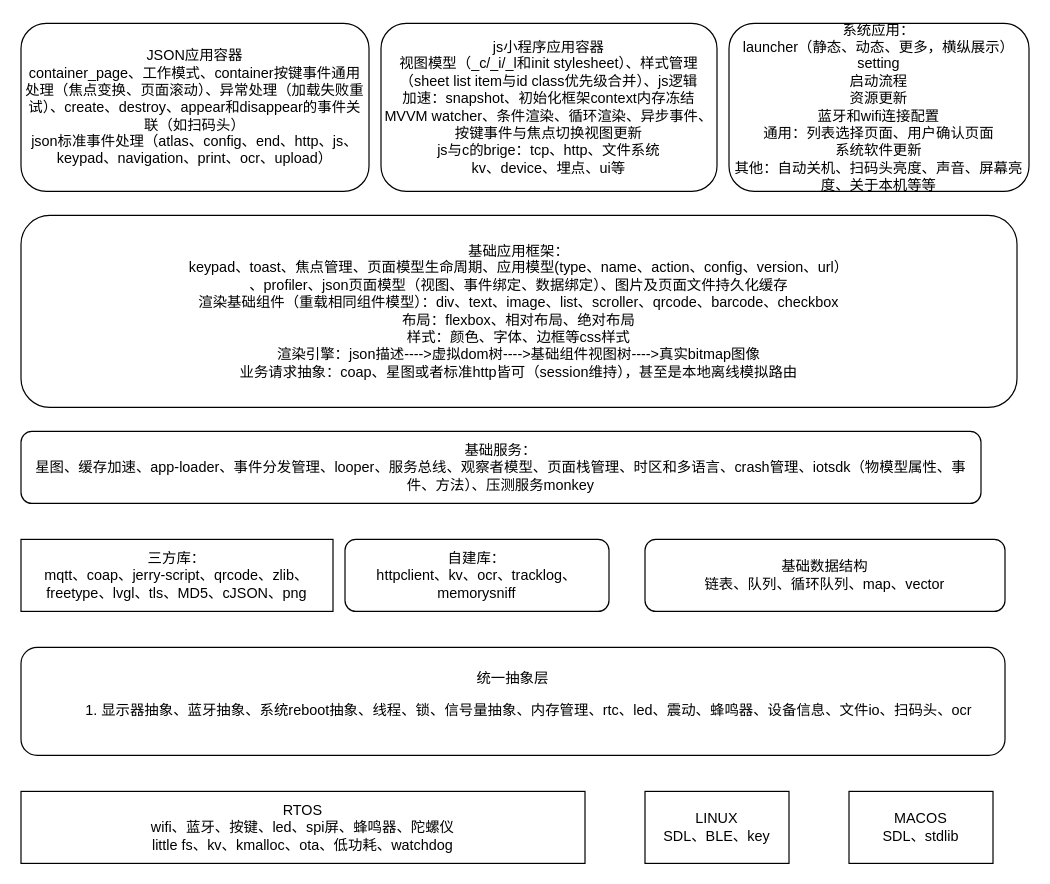
The draw.io diagram 未整理/框架设置.drawio in SEU-LYJ/MyDoc, before the edit. Source tidied: cells renumbered, new cells numbered last; positions are measured from the earlier drawing's top-left corner, leaving out a move shared by most shapes. Both pictures are drawn from the tidied source at 120%, with x=0, y=0 at pixel (20, 23).
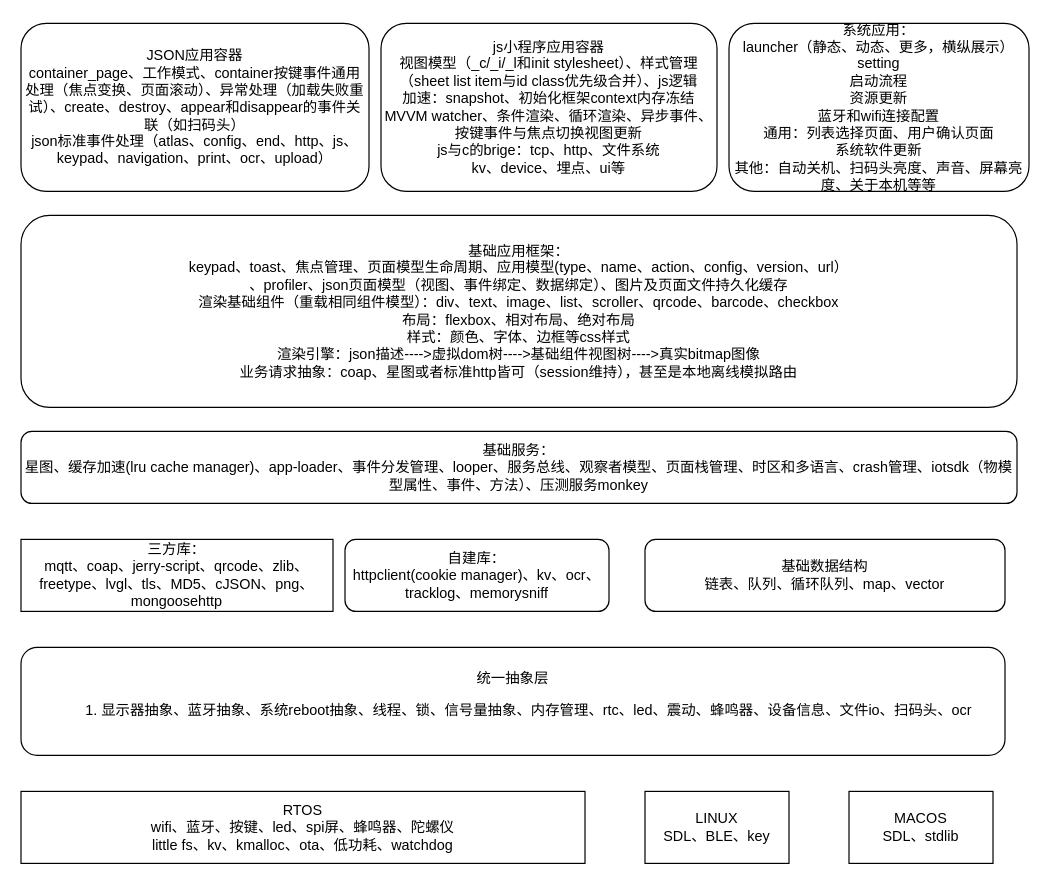
After the change.

The edit, as a diff of the source:
```diff
@@
 <mxGraphModel>
   <root>
     <mxCell id="0" />
     <mxCell id="1" parent="0" />
     <mxCell id="2" value="统一抽象层&lt;br&gt;&lt;ol&gt;&lt;li&gt;显示器抽象、蓝牙抽象、系统reboot抽象、线程、锁、信号量抽象、内存管理、rtc、led、震动、蜂鸣器、设备信息、文件io、扫码头、ocr&lt;/li&gt;&lt;/ol&gt;" style="rounded=1;whiteSpace=wrap;html=1;" parent="1" vertex="1">
       <mxGeometry y="520" width="820" height="90" as="geometry" />
     </mxCell>
     <mxCell id="3" value="RTOS&lt;br&gt;wifi、蓝牙、按键、led、spi屏、蜂鸣器、陀螺仪&lt;br&gt;little fs、kv、kmalloc、ota、低功耗、watchdog" style="rounded=0;whiteSpace=wrap;html=1;" parent="1" vertex="1">
       <mxGeometry y="640" width="470" height="60" as="geometry" />
     </mxCell>
     <mxCell id="4" value="LINUX&lt;br&gt;SDL、BLE、key" style="rounded=0;whiteSpace=wrap;html=1;" parent="1" vertex="1">
       <mxGeometry x="520" y="640" width="120" height="60" as="geometry" />
     </mxCell>
     <mxCell id="5" value="MACOS&lt;br&gt;SDL、stdlib" style="rounded=0;whiteSpace=wrap;html=1;" parent="1" vertex="1">
       <mxGeometry x="690" y="640" width="120" height="60" as="geometry" />
     </mxCell>
-    <mxCell id="6" value="三方库：&lt;br&gt;mqtt、coap、jerry-script、qrcode、zlib、freetype、lvgl、tls、MD5、cJSON、png" style="rounded=0;whiteSpace=wrap;html=1;" parent="1" vertex="1">
+    <mxCell id="6" value="三方库：&lt;br&gt;mqtt、coap、jerry-script、qrcode、zlib、freetype、lvgl、tls、MD5、cJSON、png、mongoosehttp" style="rounded=0;whiteSpace=wrap;html=1;" parent="1" vertex="1">
       <mxGeometry y="430" width="260" height="60" as="geometry" />
     </mxCell>
-    <mxCell id="7" value="自建库：&lt;br&gt;httpclient、kv、ocr、tracklog、memorysniff" style="rounded=1;whiteSpace=wrap;html=1;" parent="1" vertex="1">
+    <mxCell id="7" value="自建库：&lt;br&gt;httpclient(cookie manager)、kv、ocr、tracklog、memorysniff" style="rounded=1;whiteSpace=wrap;html=1;" parent="1" vertex="1">
       <mxGeometry x="270" y="430" width="220" height="60" as="geometry" />
     </mxCell>
-    <mxCell id="8" value="基础服务：&lt;br&gt;星图、缓存加速、app-loader、事件分发管理、looper、服务总线、观察者模型、页面栈管理、时区和多语言、crash管理、iotsdk（物模型属性、事件、方法）、压测服务monkey" style="rounded=1;whiteSpace=wrap;html=1;" parent="1" vertex="1">
-      <mxGeometry y="340" width="800" height="60" as="geometry" />
+    <mxCell id="8" value="基础服务：&lt;br&gt;星图、缓存加速(lru cache manager)、app-loader、事件分发管理、looper、服务总线、观察者模型、页面栈管理、时区和多语言、crash管理、iotsdk（物模型属性、事件、方法）、压测服务monkey" style="rounded=1;whiteSpace=wrap;html=1;" parent="1" vertex="1">
+      <mxGeometry y="340" width="830" height="60" as="geometry" />
     </mxCell>
     <mxCell id="9" value="基础数据结构&lt;br&gt;链表、队列、循环队列、map、vector" style="rounded=1;whiteSpace=wrap;html=1;" parent="1" vertex="1">
       <mxGeometry x="520" y="430" width="300" height="60" as="geometry" />
     </mxCell>
     <mxCell id="10" value="基础应用框架：&lt;br&gt;keypad、toast、焦点管理、页面模型生命周期、应用模型(type、name、action、config、version、url）&lt;br&gt;、profiler、json页面模型（视图、事件绑定、数据绑定）、图片及页面文件持久化缓存&lt;br&gt;渲染基础组件（重载相同组件模型）：div、text、image、list、scroller、qrcode、barcode、checkbox&lt;br&gt;布局：flexbox、相对布局、绝对布局&lt;br&gt;样式：颜色、字体、边框等css样式&lt;br&gt;渲染引擎：json描述----&amp;gt;虚拟dom树----&amp;gt;基础组件视图树----&amp;gt;真实bitmap图像&lt;br&gt;业务请求抽象：coap、星图或者标准http皆可（session维持），甚至是本地离线模拟路由&lt;br&gt;" style="rounded=1;whiteSpace=wrap;html=1;" parent="1" vertex="1">
       <mxGeometry y="160" width="830" height="160" as="geometry" />
     </mxCell>
     <mxCell id="11" value="JSON应用容器&lt;br&gt;container_page、工作模式、container按键事件通用处理（焦点变换、页面滚动）、异常处理（加载失败重试）、create、destroy、appear和disappear的事件关联（如扫码头）&lt;br&gt;json标准事件处理（atlas、config、end、http、js、keypad、navigation、print、ocr、upload）" style="rounded=1;whiteSpace=wrap;html=1;" parent="1" vertex="1">
       <mxGeometry width="290" height="140" as="geometry" />
     </mxCell>
     <mxCell id="12" value="js小程序应用容器&lt;br&gt;视图模型（_c/_i/_l和init stylesheet）、样式管理（sheet list item与id class优先级合并）、js逻辑&lt;br&gt;加速：snapshot、初始化框架context内存冻结&lt;br&gt;MVVM watcher、条件渲染、循环渲染、异步事件、&lt;br&gt;按键事件与焦点切换视图更新&lt;br&gt;js与c的brige：tcp、http、文件系统&lt;br&gt;kv、device、埋点、ui等" style="rounded=1;whiteSpace=wrap;html=1;" parent="1" vertex="1">
       <mxGeometry x="300" width="280" height="140" as="geometry" />
     </mxCell>
     <mxCell id="13" value="系统应用：&lt;br&gt;launcher（静态、动态、更多，横纵展示）&lt;br&gt;setting&lt;br&gt;启动流程&lt;br&gt;资源更新&lt;br&gt;蓝牙和wifi连接配置&lt;br&gt;通用：列表选择页面、用户确认页面&lt;br&gt;系统软件更新&lt;br&gt;其他：自动关机、扫码头亮度、声音、屏幕亮度、关于本机等等&lt;br&gt;" style="rounded=1;whiteSpace=wrap;html=1;" parent="1" vertex="1">
       <mxGeometry x="590" width="250" height="140" as="geometry" />
     </mxCell>
   </root>
 </mxGraphModel>
```
